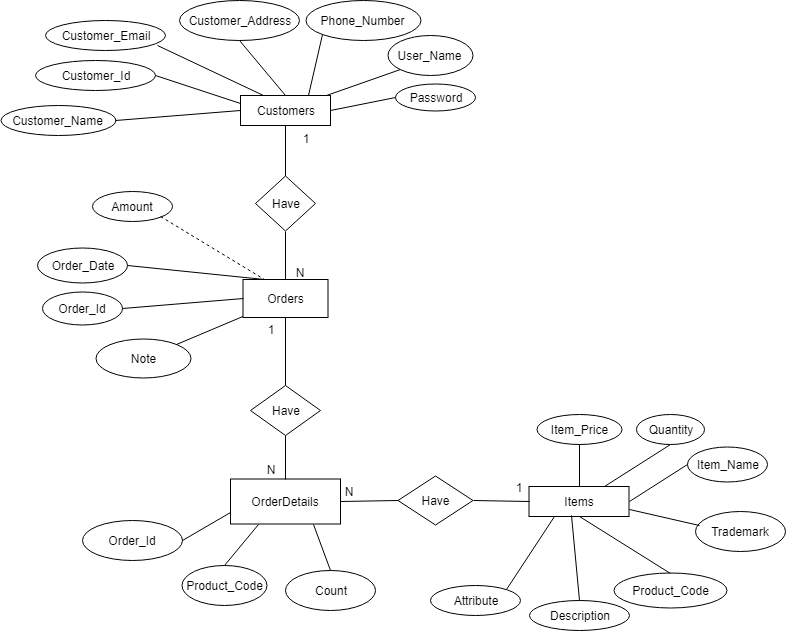
LinhNguyennnn/Shop_HeadPhone_G03 keeps this draw.io diagram as Document/ERD.png. Above is the earlier version. Source tidied: cells renumbered, new cells last; positions are measured from the earlier drawing's top-left corner, leaving out a move shared by most shapes.
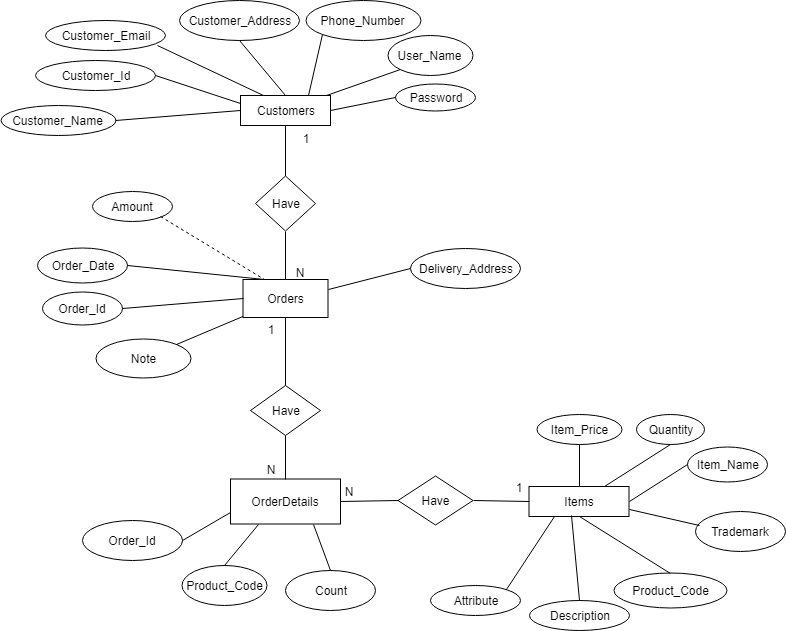
After the change.

The edit, as a diff of the source:
```diff
@@ -188,5 +188,11 @@
     <mxCell id="63" style="endArrow=none;dashed=1;html=1;entryX=0.25;entryY=0;entryDx=0;entryDy=0;exitX=1;exitY=1;exitDx=0;exitDy=0;" parent="1" edge="1" source="56" target="29">
       <mxGeometry relative="1" as="geometry" />
     </mxCell>
+    <mxCell id="64" value="Delivery_Address" style="ellipse;whiteSpace=wrap;html=1;" parent="1" vertex="1">
+      <mxGeometry x="409.5" y="247.5" width="110" height="40" as="geometry" />
+    </mxCell>
+    <mxCell id="65" style="endArrow=none;html=1;entryX=0;entryY=0.5;entryDx=0;entryDy=0;exitX=1;exitY=0.25;exitDx=0;exitDy=0;" parent="1" edge="1" source="29" target="64">
+      <mxGeometry relative="1" as="geometry" />
+    </mxCell>
   </root>
 </mxGraphModel>
```
